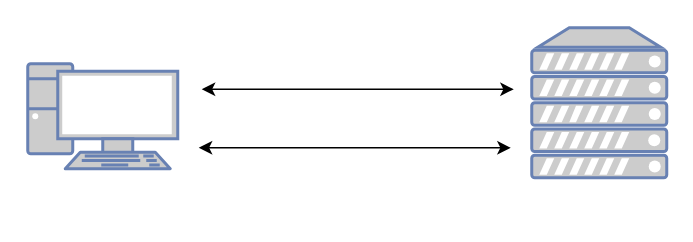
This is Untitled Diagram.drawio from risfannovrian18/MikroTik-Failover, a draw.io file, before an edit. Source tidied: cells renumbered, new cells numbered last; positions are measured from the earlier drawing's top-left corner, leaving out a move shared by most shapes. Both pictures are drawn from the tidied source at 150%, with x=0, y=0 at pixel (27, 27).
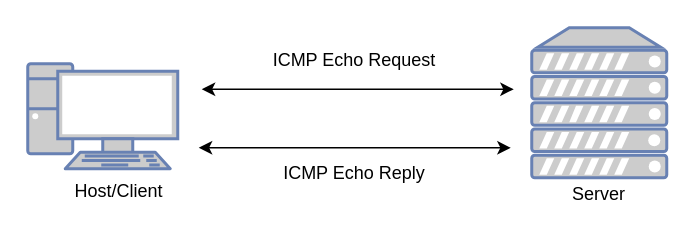
After the change.

Diff of the diagram source:
```diff
@@
 <mxGraphModel>
   <root>
     <mxCell id="0" />
     <mxCell id="1" parent="0" />
     <mxCell id="2" style="fontColor=#0066CC;verticalAlign=top;verticalLabelPosition=bottom;labelPosition=center;align=center;html=1;fillColor=#CCCCCC;strokeColor=#6881B3;gradientColor=none;gradientDirection=north;strokeWidth=2;shape=mxgraph.networks.pc;" parent="1" vertex="1">
       <mxGeometry y="24" width="100" height="70" as="geometry" />
     </mxCell>
     <mxCell id="3" style="fontColor=#0066CC;verticalAlign=top;verticalLabelPosition=bottom;labelPosition=center;align=center;html=1;fillColor=#CCCCCC;strokeColor=#6881B3;gradientColor=none;gradientDirection=north;strokeWidth=2;shape=mxgraph.networks.server;" parent="1" vertex="1">
       <mxGeometry x="336" width="90" height="100" as="geometry" />
     </mxCell>
     <mxCell id="4" style="endArrow=classic;startArrow=classic;html=1;rounded=0;" parent="1" edge="1">
       <mxGeometry relative="1" as="geometry">
         <mxPoint x="116" y="41" as="sourcePoint" />
         <mxPoint x="324" y="41" as="targetPoint" />
       </mxGeometry>
     </mxCell>
     <mxCell id="5" style="endArrow=classic;startArrow=classic;html=1;rounded=0;" parent="1" edge="1">
       <mxGeometry relative="1" as="geometry">
         <mxPoint x="114" y="80" as="sourcePoint" />
         <mxPoint x="322" y="80" as="targetPoint" />
       </mxGeometry>
     </mxCell>
+    <mxCell id="6" value="ICMP Echo Request" style="text;strokeColor=none;align=center;fillColor=none;html=1;verticalAlign=middle;whiteSpace=wrap;rounded=0;" parent="1" vertex="1">
+      <mxGeometry x="150" y="7" width="136" height="30" as="geometry" />
+    </mxCell>
+    <mxCell id="7" value="ICMP Echo Reply" style="text;strokeColor=none;align=center;fillColor=none;html=1;verticalAlign=middle;whiteSpace=wrap;rounded=0;" parent="1" vertex="1">
+      <mxGeometry x="150" y="82" width="136" height="30" as="geometry" />
+    </mxCell>
+    <mxCell id="8" value="Host/Client" style="text;strokeColor=none;align=center;fillColor=none;html=1;verticalAlign=middle;whiteSpace=wrap;rounded=0;" parent="1" vertex="1">
+      <mxGeometry x="31" y="94" width="60" height="30" as="geometry" />
+    </mxCell>
+    <mxCell id="9" value="Server" style="text;strokeColor=none;align=center;fillColor=none;html=1;verticalAlign=middle;whiteSpace=wrap;rounded=0;" parent="1" vertex="1">
+      <mxGeometry x="351" y="96" width="60" height="30" as="geometry" />
+    </mxCell>
   </root>
 </mxGraphModel>
```
